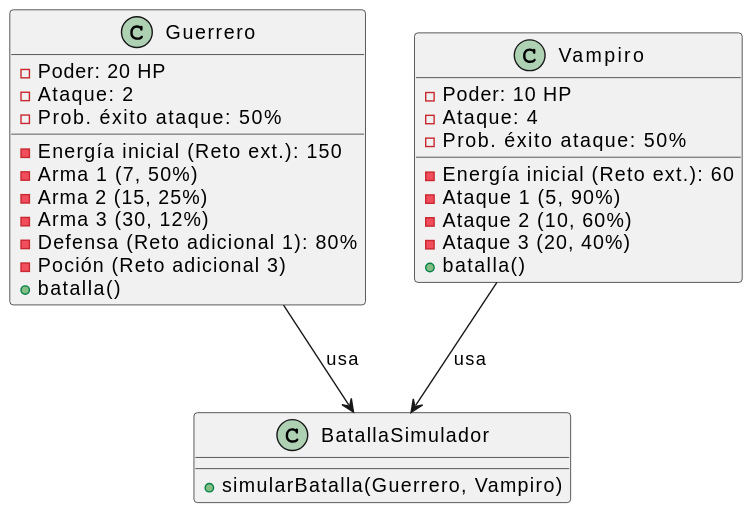
The PlantUML diagram images/modelosUML/modelosUML/modeloDeDominioBasico.svg in mmasias/23-24-IdSw2-SDD, before a commit.
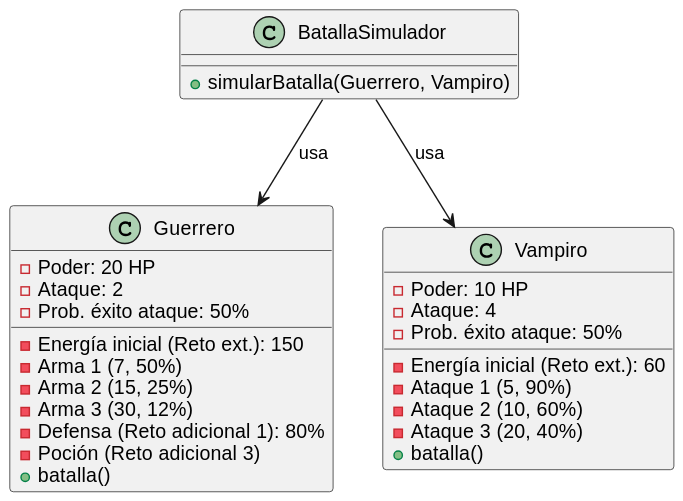
Above is the later version.

Commit message:
Cambiando mas cosas de los diagramas

Change to the diagram source:
```diff
@@ -27,6 +27,6 @@
   + simularBatalla(Guerrero, Vampiro)
 }
 
-Guerrero --> BatallaSimulador : usa
-Vampiro --> BatallaSimulador : usa
+BatallaSimulador --> Guerrero : usa
+BatallaSimulador --> Vampiro : usa
 @enduml
```
